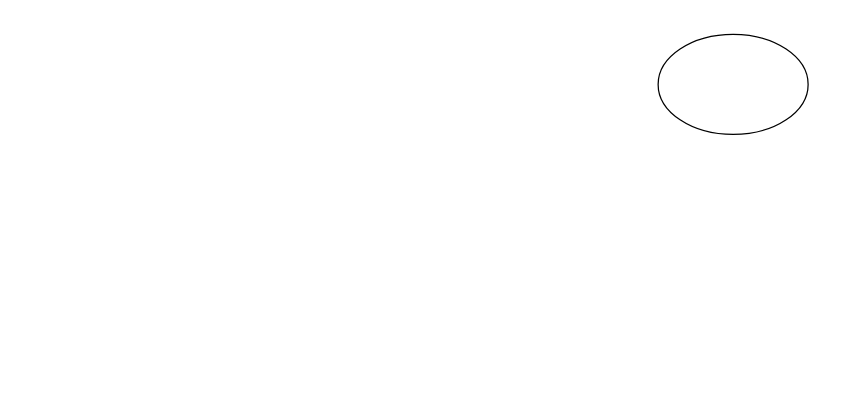
Earlier version of the draw.io diagram Flowcharts/Connect4Recursion.drawio (MasonGarrod/Flowcharts). Source tidied: cells renumbered, new cells numbered last; positions are measured from the earlier drawing's top-left corner, leaving out a move shared by most shapes. Both pictures are drawn from the tidied source at 125%, with x=0, y=0 at pixel (658, 34).
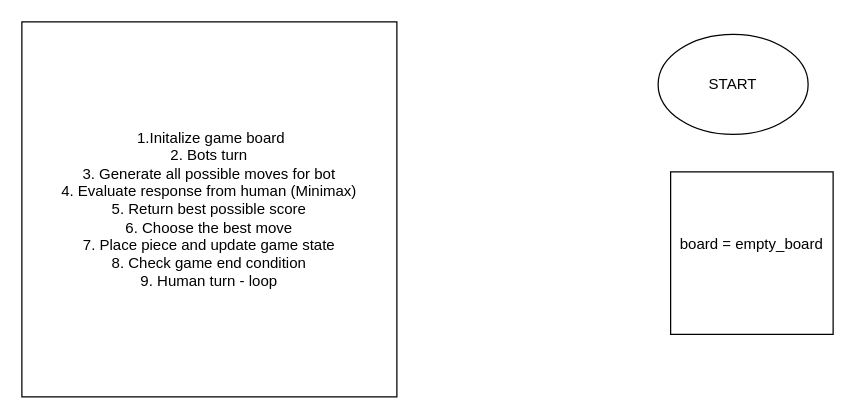
Above is the later version.

What changed in the source:
```diff
@@
 <mxGraphModel>
   <root>
     <mxCell id="0" />
     <mxCell id="1" parent="0" />
-    <mxCell id="2" style="ellipse;whiteSpace=wrap;html=1;" parent="1" vertex="1">
+    <mxCell id="2" value="START" style="ellipse;whiteSpace=wrap;html=1;" parent="1" vertex="1">
       <mxGeometry width="120" height="80" as="geometry" />
     </mxCell>
+    <mxCell id="3" value="&lt;div&gt;&amp;nbsp;1.Initalize game board&lt;/div&gt;&lt;div&gt;2. Bots turn &lt;br&gt;&lt;/div&gt;&lt;div&gt;3. Generate all possible moves for bot&lt;br&gt;&lt;/div&gt;&lt;div&gt;4. Evaluate response from human (Minimax)&lt;br&gt;&lt;/div&gt;&lt;div&gt;5. Return best possible score&lt;/div&gt;&lt;div&gt;6. Choose the best move&lt;/div&gt;&lt;div&gt;7. Place piece and update game state&lt;/div&gt;&lt;div&gt;8. Check game end condition &lt;br&gt;&lt;/div&gt;&lt;div&gt;9. Human turn - loop &lt;br&gt;&lt;/div&gt;" style="whiteSpace=wrap;html=1;" parent="1" vertex="1">
+      <mxGeometry x="-509" y="-10" width="300" height="300" as="geometry" />
+    </mxCell>
+    <mxCell id="4" value="&lt;div&gt;board = empty_board&lt;/div&gt;&lt;div&gt;&lt;br&gt;&lt;/div&gt;" style="whiteSpace=wrap;html=1;" parent="1" vertex="1">
+      <mxGeometry x="10" y="110" width="130" height="130" as="geometry" />
+    </mxCell>
   </root>
 </mxGraphModel>
```
